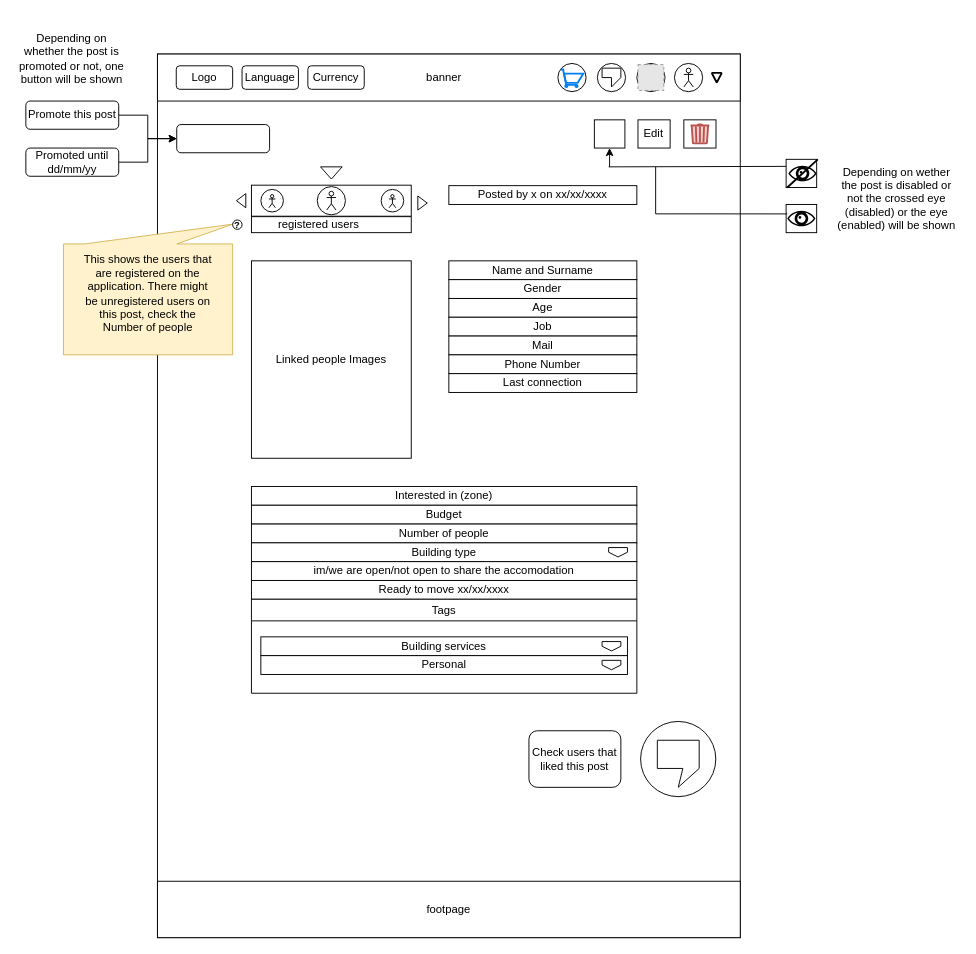
Above: CroquisWeb/DrawIO/My Person Post View.drawio in sofwarebakery/CroquisWeb (draw.io), before the change. Source tidied: cells renumbered, new cells numbered last; positions are measured from the earlier drawing's top-left corner, leaving out a move shared by most shapes. Both pictures are drawn from the tidied source at 94%, with x=0, y=0 at pixel (15, 16). Pictures stored in the file or linked from it are replaced by grey dashed boxes.
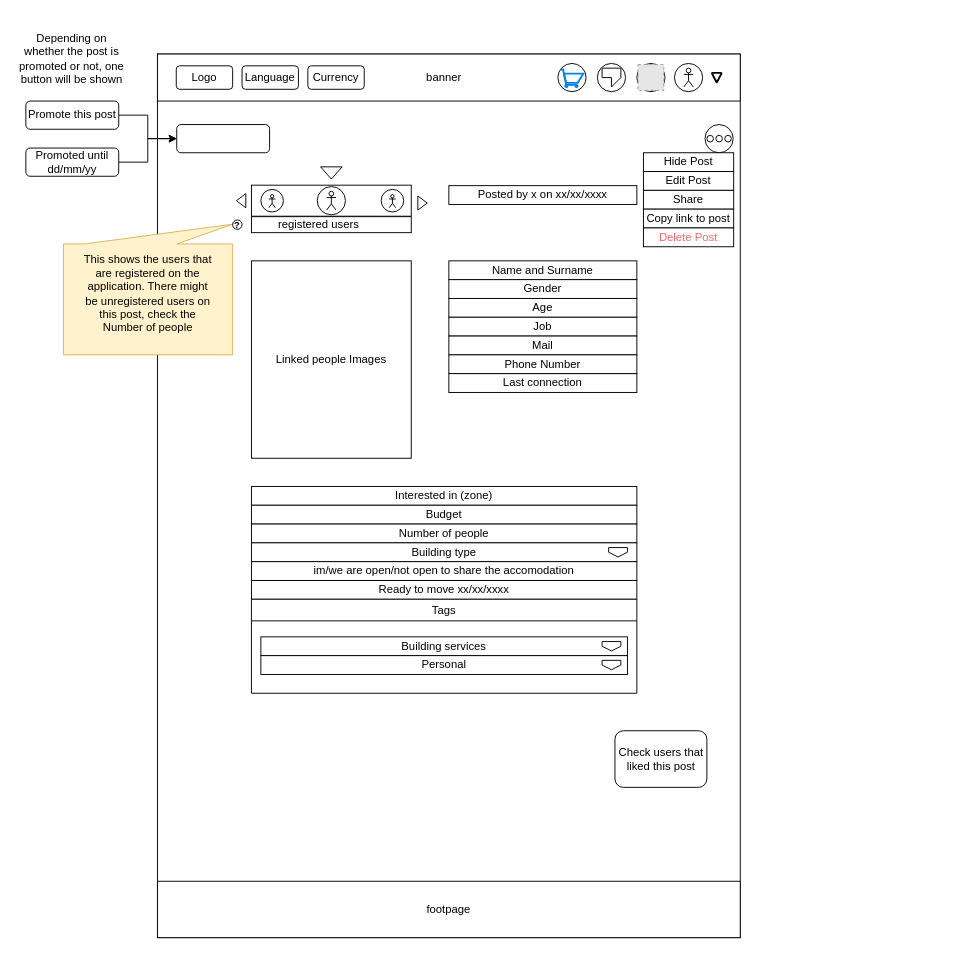
After the change.

Change to the diagram source:
```diff
@@
-    <mxCell id="23" style="ellipse;whiteSpace=wrap;html=1;" parent="1" vertex="1">
-      <mxGeometry x="665" y="750" width="80" height="80" as="geometry" />
-    </mxCell>
-    <mxCell id="24" style="shape=callout;whiteSpace=wrap;html=1;perimeter=calloutPerimeter;size=20;position=0.61;" parent="1" vertex="1">
-      <mxGeometry x="682.8" y="770" width="44.5" height="50" as="geometry" />
-    </mxCell>
@@
     <mxCell id="59" value="Check users that liked this post" style="rounded=1;whiteSpace=wrap;html=1;" parent="1" vertex="1">
-      <mxGeometry x="546.2" y="759.9" width="97.8" height="60.2" as="geometry" />
+      <mxGeometry x="637.7" y="759.9" width="97.8" height="60.2" as="geometry" />
     </mxCell>
@@
-    <mxCell id="61" style="rounded=0;whiteSpace=wrap;html=1;" parent="1" vertex="1">
-      <mxGeometry x="711" y="110" width="34.2" height="30" as="geometry" />
-    </mxCell>
-    <mxCell id="62" style="html=1;verticalLabelPosition=bottom;align=center;labelBackgroundColor=#ffffff;verticalAlign=top;strokeWidth=2;strokeColor=#b85450;shadow=0;dashed=0;shape=mxgraph.ios7.icons.trashcan;fillColor=#f8cecc;" parent="1" vertex="1">
-      <mxGeometry x="718.1" y="115" width="20" height="20" as="geometry" />
-    </mxCell>
-    <mxCell id="63" value="Edit" style="rounded=0;whiteSpace=wrap;html=1;" parent="1" vertex="1">
-      <mxGeometry x="662.2" y="110" width="34.2" height="30" as="geometry" />
-    </mxCell>
@@
-    <mxCell id="67" style="rounded=0;whiteSpace=wrap;html=1;" parent="1" vertex="1">
-      <mxGeometry x="819.8" y="200" width="32.5" height="30" as="geometry" />
-    </mxCell>
-    <mxCell id="68" style="rounded=0;whiteSpace=wrap;html=1;" parent="1" vertex="1">
-      <mxGeometry x="819.8" y="152" width="32.5" height="30" as="geometry" />
-    </mxCell>
-    <mxCell id="69" style="shape=mxgraph.signs.healthcare.eye;html=1;fillColor=#000000;strokeColor=none;verticalLabelPosition=bottom;verticalAlign=top;align=center;" parent="1" vertex="1">
-      <mxGeometry x="822.2" y="158.8" width="30" height="16.5" as="geometry" />
-    </mxCell>
-    <mxCell id="70" style="endArrow=none;html=1;rounded=0;exitX=0;exitY=1;exitDx=0;exitDy=0;strokeWidth=2;entryX=1;entryY=0;entryDx=0;entryDy=0;" parent="1" edge="1">
-      <mxGeometry relative="1" as="geometry">
-        <mxPoint x="821" y="182" as="sourcePoint" />
-        <mxPoint x="853.5" y="152" as="targetPoint" />
-      </mxGeometry>
-    </mxCell>
-    <mxCell id="71" style="shape=mxgraph.signs.healthcare.eye;html=1;fillColor=#000000;strokeColor=none;verticalLabelPosition=bottom;verticalAlign=top;align=center;" parent="1" vertex="1">
-      <mxGeometry x="821" y="206.8" width="30" height="16.5" as="geometry" />
-    </mxCell>
-    <mxCell id="72" style="endArrow=classic;html=1;rounded=0;entryX=0.5;entryY=1;entryDx=0;entryDy=0;" parent="1" edge="1">
-      <mxGeometry relative="1" as="geometry">
-        <mxPoint x="632" y="160" as="sourcePoint" />
-        <mxPoint x="632" y="140" as="targetPoint" />
-      </mxGeometry>
-    </mxCell>
-    <mxCell id="73" style="endArrow=none;html=1;rounded=0;entryX=0;entryY=0.197;entryDx=0;entryDy=0;entryPerimeter=0;" parent="1" edge="1" target="71">
-      <mxGeometry relative="1" as="geometry">
-        <mxPoint x="681" y="210" as="sourcePoint" />
-      </mxGeometry>
-    </mxCell>
-    <mxCell id="74" style="endArrow=none;html=1;rounded=0;entryX=0;entryY=0.25;entryDx=0;entryDy=0;" parent="1" edge="1" target="68">
-      <mxGeometry relative="1" as="geometry">
-        <mxPoint x="631" y="160" as="sourcePoint" />
-      </mxGeometry>
-    </mxCell>
-    <mxCell id="75" style="rounded=0;whiteSpace=wrap;html=1;" parent="1" vertex="1">
-      <mxGeometry x="615.8" y="110" width="32.5" height="30" as="geometry" />
-    </mxCell>
-    <mxCell id="76" style="endArrow=none;html=1;rounded=0;" parent="1" edge="1">
-      <mxGeometry relative="1" as="geometry">
-        <mxPoint x="681" y="210" as="sourcePoint" />
-        <mxPoint x="681" y="160" as="targetPoint" />
-      </mxGeometry>
-    </mxCell>
-    <mxCell id="77" value="Depending on wether the post is disabled or not the crossed eye (disabled) or the eye (enabled) will be shown" style="text;html=1;strokeColor=none;fillColor=none;align=center;verticalAlign=middle;whiteSpace=wrap;rounded=0;" parent="1" vertex="1">
-      <mxGeometry x="871" y="171.5" width="133" height="45" as="geometry" />
-    </mxCell>
+    <mxCell id="78" style="ellipse;whiteSpace=wrap;html=1;" parent="1" vertex="1">
+      <mxGeometry x="733.5" y="115" width="30" height="30" as="geometry" />
+    </mxCell>
+    <mxCell id="79" style="ellipse;whiteSpace=wrap;html=1;" parent="1" vertex="1">
+      <mxGeometry x="754.5" y="126.5" width="7" height="7" as="geometry" />
+    </mxCell>
+    <mxCell id="80" style="ellipse;whiteSpace=wrap;html=1;" parent="1" vertex="1">
+      <mxGeometry x="745" y="126.5" width="7" height="7" as="geometry" />
+    </mxCell>
+    <mxCell id="81" style="ellipse;whiteSpace=wrap;html=1;" parent="1" vertex="1">
+      <mxGeometry x="735.5" y="126.5" width="7" height="7" as="geometry" />
+    </mxCell>
+    <mxCell id="82" value="Hide Post" style="rounded=0;whiteSpace=wrap;html=1;" parent="1" vertex="1">
+      <mxGeometry x="668" y="145" width="96" height="20" as="geometry" />
+    </mxCell>
+    <mxCell id="83" value="Edit Post" style="rounded=0;whiteSpace=wrap;html=1;" parent="1" vertex="1">
+      <mxGeometry x="668" y="165" width="96" height="20" as="geometry" />
+    </mxCell>
+    <mxCell id="84" value="Share" style="rounded=0;whiteSpace=wrap;html=1;" parent="1" vertex="1">
+      <mxGeometry x="668" y="185" width="96" height="20" as="geometry" />
+    </mxCell>
+    <mxCell id="85" value="Copy link to post" style="rounded=0;whiteSpace=wrap;html=1;" parent="1" vertex="1">
+      <mxGeometry x="668" y="205" width="96" height="20" as="geometry" />
+    </mxCell>
+    <mxCell id="86" value="&lt;font color=&quot;#ff6666&quot;&gt;Delete Post&lt;/font&gt;" style="rounded=0;whiteSpace=wrap;html=1;" parent="1" vertex="1">
+      <mxGeometry x="668" y="225" width="96" height="20" as="geometry" />
+    </mxCell>
```
